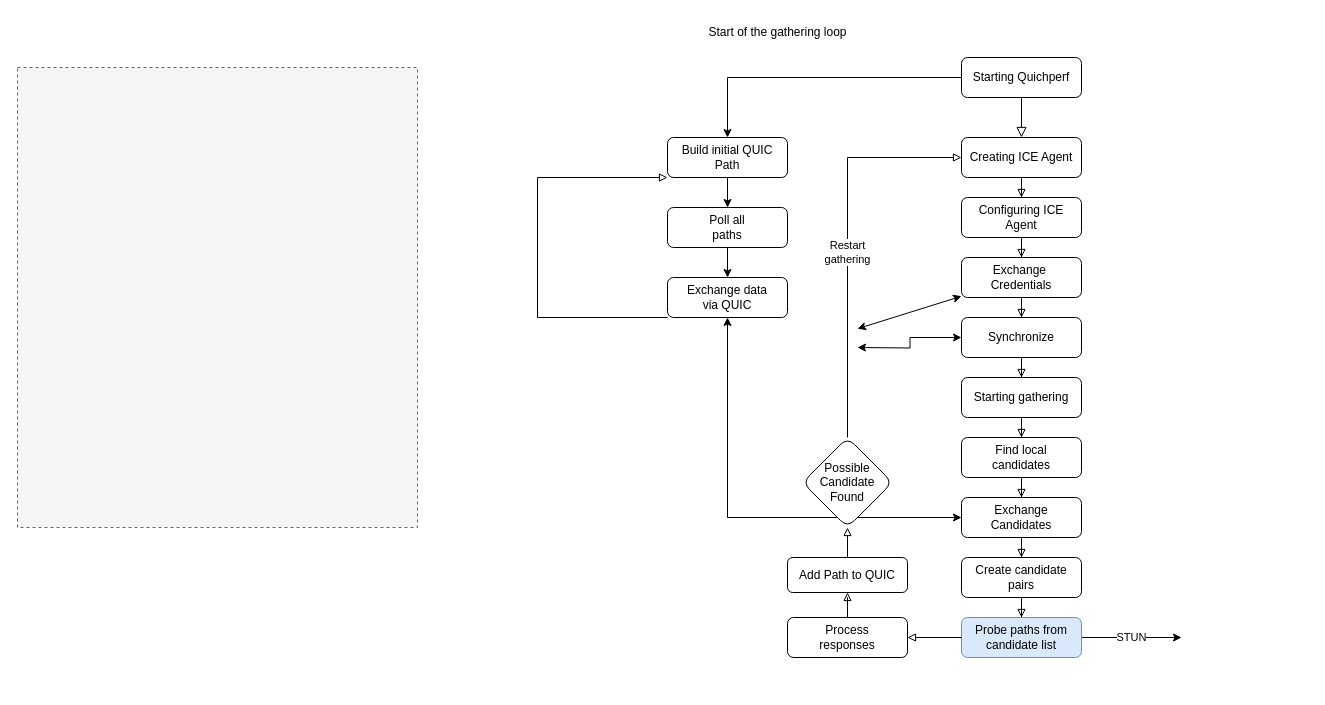
The draw.io diagram resources/ICEAgentFlow.drawio in JustusvonderBeek/master-thesis-scripts-and-measures, before the edit. Source tidied: cells renumbered, new cells numbered last; positions are measured from the earlier drawing's top-left corner, leaving out a move shared by most shapes. Both pictures are drawn from the tidied source at 100%, with x=0, y=0 at pixel (17, 17).
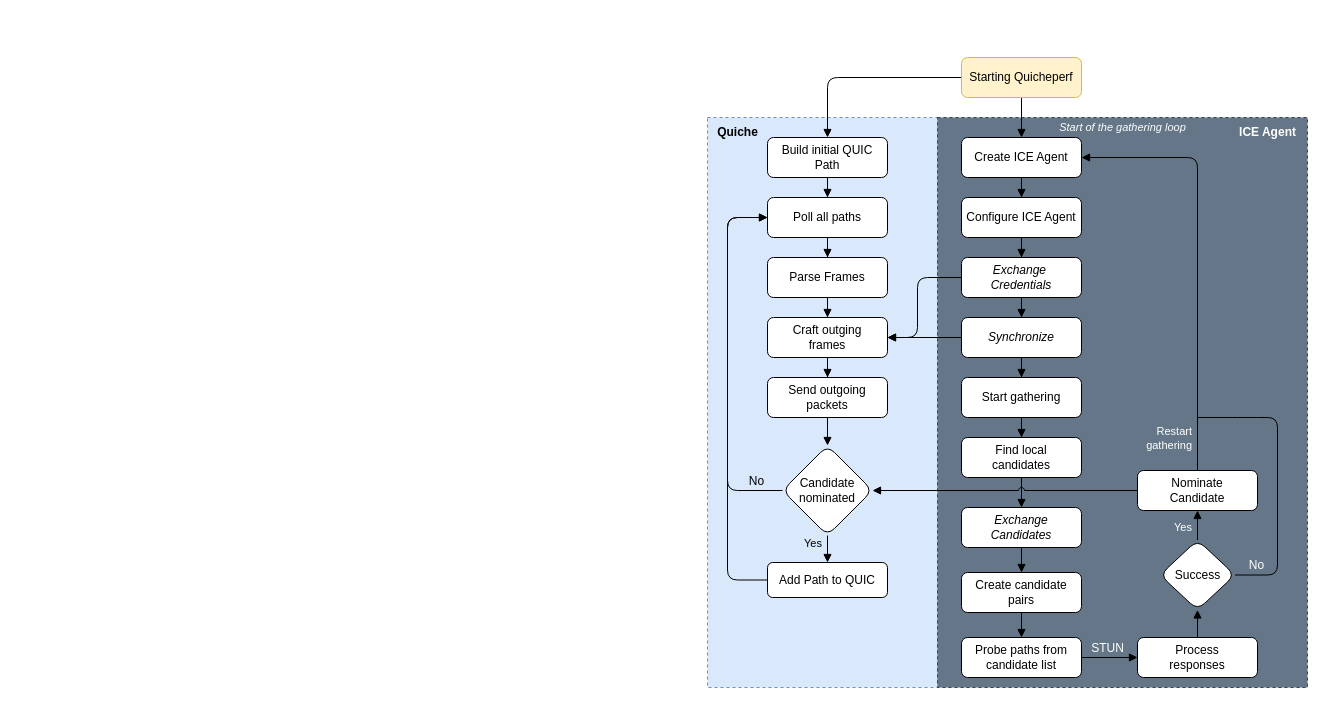
After the change.

Commit message:
updated agent flow

Unchanged cells that the change refers to:
```xml
<mxCell id="16" value="Find local&lt;div&gt;candidates&lt;/div&gt;" style="rounded=1;whiteSpace=wrap;html=1;fontSize=12;glass=0;strokeWidth=1;shadow=0;" parent="1" vertex="1">
  <mxGeometry x="944" y="420" width="120" height="40" as="geometry" />
</mxCell>
```

Diff of the diagram source:
```diff
@@
+    <mxCell id="41" style="rounded=0;whiteSpace=wrap;html=1;fillColor=#dae8fc;strokeColor=#6c8ebf;dashed=1;" parent="1" vertex="1">
+      <mxGeometry x="690" y="100" width="230" height="570" as="geometry" />
+    </mxCell>
-    <mxCell id="2" style="rounded=0;whiteSpace=wrap;html=1;fillColor=#f5f5f5;fontColor=#333333;strokeColor=#666666;dashed=1;" parent="1" vertex="1">
-      <mxGeometry y="50" width="400" height="460" as="geometry" />
+    <mxCell id="2" style="rounded=0;whiteSpace=wrap;html=1;fillColor=#647687;strokeColor=#314354;dashed=1;fontColor=#ffffff;" parent="1" vertex="1">
+      <mxGeometry x="920" y="100" width="370" height="570" as="geometry" />
     </mxCell>
+    <mxCell id="6" style="edgeStyle=orthogonalEdgeStyle;rounded=0;jettySize=auto;html=1;endArrow=block;endFill=1;entryX=0.5;entryY=0;entryDx=0;entryDy=0;targetPerimeterSpacing=0;shadow=0;curved=0;" parent="1" edge="1" source="7" target="11">
+      <mxGeometry relative="1" as="geometry" />
+    </mxCell>
-    <mxCell id="3" style="rounded=0;html=1;jettySize=auto;fontSize=11;endArrow=block;endFill=0;endSize=8;strokeWidth=1;shadow=0;labelBackgroundColor=none;edgeStyle=orthogonalEdgeStyle;entryX=0.5;entryY=0;entryDx=0;entryDy=0;" parent="1" edge="1" source="5" target="7">
+    <mxCell id="3" style="rounded=0;html=1;jettySize=auto;fontSize=11;endArrow=block;endFill=1;endSize=6;strokeWidth=1;shadow=0;labelBackgroundColor=none;edgeStyle=orthogonalEdgeStyle;entryX=0.5;entryY=0;entryDx=0;entryDy=0;" parent="1" edge="1" source="5" target="7">
       <mxGeometry relative="1" as="geometry" />
     </mxCell>
-    <mxCell id="4" style="edgeStyle=orthogonalEdgeStyle;rounded=0;jettySize=auto;html=1;" parent="1" edge="1" source="5" target="29">
+    <mxCell id="4" style="edgeStyle=orthogonalEdgeStyle;rounded=1;jettySize=auto;html=1;curved=0;strokeColor=default;align=center;verticalAlign=middle;fontFamily=Helvetica;fontSize=11;fontColor=default;labelBackgroundColor=default;endArrow=block;endFill=1;" parent="1" edge="1" source="5" target="29">
       <mxGeometry relative="1" as="geometry" />
     </mxCell>
-    <mxCell id="5" value="Starting Quichperf" style="rounded=1;whiteSpace=wrap;html=1;fontSize=12;glass=0;strokeWidth=1;shadow=0;" parent="1" vertex="1">
+    <mxCell id="5" value="Starting Quicheperf" style="rounded=1;whiteSpace=wrap;html=1;fontSize=12;glass=0;strokeWidth=1;shadow=0;fillColor=#fff2cc;strokeColor=#d6b656;" parent="1" vertex="1">
       <mxGeometry x="944" y="40" width="120" height="40" as="geometry" />
     </mxCell>
-    <mxCell id="6" style="edgeStyle=orthogonalEdgeStyle;rounded=0;jettySize=auto;html=1;endArrow=block;endFill=0;" parent="1" edge="1" source="7" target="11">
-      <mxGeometry relative="1" as="geometry" />
-    </mxCell>
-    <mxCell id="7" value="Creating ICE Agent" style="rounded=1;whiteSpace=wrap;html=1;fontSize=12;glass=0;strokeWidth=1;shadow=0;" parent="1" vertex="1">
+    <mxCell id="7" value="Create ICE Agent" style="rounded=1;whiteSpace=wrap;html=1;fontSize=12;glass=0;strokeWidth=1;shadow=0;" parent="1" vertex="1">
       <mxGeometry x="944" y="120" width="120" height="40" as="geometry" />
     </mxCell>
-    <mxCell id="8" style="edgeStyle=orthogonalEdgeStyle;rounded=0;jettySize=auto;html=1;endArrow=block;endFill=0;" parent="1" edge="1" source="9" target="16">
+    <mxCell id="8" style="edgeStyle=orthogonalEdgeStyle;rounded=0;jettySize=auto;html=1;endArrow=block;endFill=1;strokeColor=default;align=center;verticalAlign=middle;fontFamily=Helvetica;fontSize=11;fontColor=default;labelBackgroundColor=default;" parent="1" edge="1" source="9" target="16">
       <mxGeometry relative="1" as="geometry" />
     </mxCell>
-    <mxCell id="9" value="Starting gathering" style="rounded=1;whiteSpace=wrap;html=1;fontSize=12;glass=0;strokeWidth=1;shadow=0;" parent="1" vertex="1">
+    <mxCell id="9" value="Start gathering" style="rounded=1;whiteSpace=wrap;html=1;fontSize=12;glass=0;strokeWidth=1;shadow=0;" parent="1" vertex="1">
       <mxGeometry x="944" y="360" width="120" height="40" as="geometry" />
     </mxCell>
-    <mxCell id="10" style="edgeStyle=orthogonalEdgeStyle;rounded=0;jettySize=auto;html=1;endArrow=block;endFill=0;" parent="1" edge="1" source="36" target="9">
+    <mxCell id="10" style="edgeStyle=orthogonalEdgeStyle;rounded=0;jettySize=auto;html=1;endArrow=block;endFill=1;" parent="1" edge="1" source="36" target="9">
       <mxGeometry relative="1" as="geometry" />
     </mxCell>
-    <mxCell id="11" value="Configuring ICE Agent" style="whiteSpace=wrap;html=1;rounded=1;glass=0;strokeWidth=1;shadow=0;" parent="1" vertex="1">
+    <mxCell id="11" value="Configure ICE Agent" style="whiteSpace=wrap;html=1;rounded=1;glass=0;strokeWidth=1;shadow=0;" parent="1" vertex="1">
       <mxGeometry x="944" y="180" width="120" height="40" as="geometry" />
     </mxCell>
-    <mxCell id="12" style="edgeStyle=orthogonalEdgeStyle;rounded=0;jettySize=auto;html=1;endArrow=block;endFill=0;" parent="1" edge="1" source="31" target="29">
-      <mxGeometry relative="1" as="geometry">
-        <Array as="points">
-          <mxPoint x="520" y="300" />
-          <mxPoint x="520" y="160" />
-        </Array>
-      </mxGeometry>
-    </mxCell>
-    <mxCell id="13" style="edgeStyle=orthogonalEdgeStyle;rounded=0;jettySize=auto;html=1;endArrow=block;endFill=0;" parent="1" edge="1" source="14" target="27">
-      <mxGeometry relative="1" as="geometry" />
-    </mxCell>
+    <mxCell id="42" style="edgeStyle=orthogonalEdgeStyle;rounded=1;jettySize=auto;html=1;curved=0;endArrow=block;endFill=1;" parent="1" edge="1" source="14" target="40">
+      <mxGeometry relative="1" as="geometry">
+        <Array as="points">
+          <mxPoint x="710" y="562" />
+          <mxPoint x="710" y="200" />
+        </Array>
+      </mxGeometry>
+    </mxCell>
     <mxCell id="14" value="Add Path to QUIC" style="whiteSpace=wrap;html=1;rounded=1;glass=0;strokeWidth=1;shadow=0;" parent="1" vertex="1">
-      <mxGeometry x="770" y="540" width="120" height="35" as="geometry" />
+      <mxGeometry x="750" y="545" width="120" height="35" as="geometry" />
     </mxCell>
-    <mxCell id="15" style="edgeStyle=orthogonalEdgeStyle;rounded=0;jettySize=auto;html=1;endArrow=block;endFill=0;" parent="1" edge="1" source="16" target="18">
+    <mxCell id="15" style="edgeStyle=orthogonalEdgeStyle;rounded=0;jettySize=auto;html=1;endArrow=block;endFill=1;strokeColor=default;align=center;verticalAlign=middle;fontFamily=Helvetica;fontSize=11;fontColor=default;labelBackgroundColor=default;" parent="1" edge="1" source="16" target="18">
       <mxGeometry relative="1" as="geometry" />
     </mxCell>
@@
-    <mxCell id="17" style="edgeStyle=orthogonalEdgeStyle;rounded=0;jettySize=auto;html=1;endArrow=block;endFill=0;" parent="1" edge="1" source="18" target="20">
-      <mxGeometry relative="1" as="geometry" />
+    <mxCell id="17" style="edgeStyle=orthogonalEdgeStyle;rounded=0;jettySize=auto;html=1;endArrow=block;endFill=1;labelBackgroundColor=default;strokeColor=default;align=center;verticalAlign=middle;fontFamily=Helvetica;fontSize=11;fontColor=default;" parent="1" edge="1" source="18" target="20">
+      <mxGeometry relative="1" as="geometry">
+        <Array as="points">
+          <mxPoint x="1004" y="550" />
+          <mxPoint x="1004" y="550" />
+        </Array>
+      </mxGeometry>
     </mxCell>
-    <mxCell id="18" value="Exchange&lt;div&gt;Candidates&lt;/div&gt;" style="rounded=1;whiteSpace=wrap;html=1;fontSize=12;glass=0;strokeWidth=1;shadow=0;" parent="1" vertex="1">
-      <mxGeometry x="944" y="480" width="120" height="40" as="geometry" />
+    <mxCell id="18" value="Exchange&lt;div&gt;Candidates&lt;/div&gt;" style="rounded=1;whiteSpace=wrap;html=1;fontSize=12;glass=0;strokeWidth=1;shadow=0;fontStyle=2;" parent="1" vertex="1">
+      <mxGeometry x="944" y="490" width="120" height="40" as="geometry" />
     </mxCell>
-    <mxCell id="19" style="edgeStyle=orthogonalEdgeStyle;rounded=0;jettySize=auto;html=1;endArrow=block;endFill=0;" parent="1" edge="1" source="20" target="23">
+    <mxCell id="19" style="edgeStyle=orthogonalEdgeStyle;rounded=0;jettySize=auto;html=1;endArrow=block;endFill=1;strokeColor=default;align=center;verticalAlign=middle;fontFamily=Helvetica;fontSize=11;fontColor=default;labelBackgroundColor=default;" parent="1" edge="1" source="20" target="23">
       <mxGeometry relative="1" as="geometry" />
     </mxCell>
     <mxCell id="20" value="Create candidate pairs" style="rounded=1;whiteSpace=wrap;html=1;fontSize=12;glass=0;strokeWidth=1;shadow=0;" parent="1" vertex="1">
-      <mxGeometry x="944" y="540" width="120" height="40" as="geometry" />
+      <mxGeometry x="944" y="555" width="120" height="40" as="geometry" />
     </mxCell>
-    <mxCell id="21" style="edgeStyle=orthogonalEdgeStyle;rounded=0;jettySize=auto;html=1;endArrow=block;endFill=0;" parent="1" edge="1" source="38" target="14">
+    <mxCell id="21" style="edgeStyle=orthogonalEdgeStyle;rounded=0;jettySize=auto;html=1;endArrow=block;endFill=1;" parent="1" edge="1" source="38" target="56">
       <mxGeometry relative="1" as="geometry" />
     </mxCell>
-    <mxCell id="22" value="STUN" style="edgeStyle=orthogonalEdgeStyle;rounded=0;jettySize=auto;html=1;" parent="1" edge="1" source="23">
-      <mxGeometry relative="1" as="geometry">
-        <mxPoint x="1164" y="620" as="targetPoint" />
-      </mxGeometry>
-    </mxCell>
-    <mxCell id="23" value="Probe paths from candidate list" style="rounded=1;whiteSpace=wrap;html=1;fontSize=12;glass=0;strokeWidth=1;shadow=0;fillColor=#dae8fc;strokeColor=#6c8ebf;" parent="1" vertex="1">
-      <mxGeometry x="944" y="600" width="120" height="40" as="geometry" />
+    <mxCell id="23" value="Probe paths from candidate list" style="rounded=1;whiteSpace=wrap;html=1;fontSize=12;glass=0;strokeWidth=1;shadow=0;" parent="1" vertex="1">
+      <mxGeometry x="944" y="620" width="120" height="40" as="geometry" />
     </mxCell>
-    <mxCell id="24" style="rounded=0;jettySize=auto;html=1;startArrow=classic;startFill=1;edgeStyle=orthogonalEdgeStyle;" parent="1" edge="1" source="31" target="18">
-      <mxGeometry relative="1" as="geometry">
-        <Array as="points">
-          <mxPoint x="710" y="500" />
-        </Array>
-      </mxGeometry>
-    </mxCell>
-    <mxCell id="25" value="Start of the gathering loop" style="text;html=1;align=center;verticalAlign=middle;strokeColor=none;fillColor=none;" parent="1" vertex="1">
-      <mxGeometry x="680" width="160" height="30" as="geometry" />
+    <mxCell id="25" value="Start of the gathering loop" style="text;html=1;align=center;verticalAlign=middle;strokeColor=none;fillColor=none;fontSize=11;fontStyle=2;fontColor=#FFFFFF;spacing=0;" parent="1" vertex="1">
+      <mxGeometry x="1030" y="100" width="150" height="20" as="geometry" />
     </mxCell>
-    <mxCell id="26" value="&lt;div&gt;Restart&lt;/div&gt;&lt;div&gt;gathering&lt;br&gt;&lt;/div&gt;" style="edgeStyle=orthogonalEdgeStyle;rounded=0;jettySize=auto;html=1;endArrow=block;endFill=0;" parent="1" edge="1" source="27" target="7">
-      <mxGeometry x="-0.06" relative="1" as="geometry">
+    <mxCell id="26" value="&lt;div&gt;Restart&lt;/div&gt;&lt;div&gt;gathering&lt;br&gt;&lt;/div&gt;" style="edgeStyle=orthogonalEdgeStyle;rounded=1;jettySize=auto;html=1;endArrow=block;endFill=1;jumpStyle=arc;labelPosition=left;verticalLabelPosition=middle;align=right;verticalAlign=middle;spacingRight=4;labelBackgroundColor=none;fontColor=#FFFFFF;curved=0;" parent="1" edge="1" source="57" target="7">
+      <mxGeometry x="-0.85" relative="1" as="geometry">
         <Array as="points">
-          <mxPoint x="830" y="140" />
+          <mxPoint x="1180" y="140" />
         </Array>
       </mxGeometry>
     </mxCell>
+    <mxCell id="43" value="Yes" style="edgeStyle=orthogonalEdgeStyle;rounded=0;jettySize=auto;html=1;labelPosition=left;verticalLabelPosition=middle;align=right;verticalAlign=middle;spacingRight=4;labelBackgroundColor=none;endArrow=block;endFill=1;" parent="1" edge="1" source="27" target="14">
+      <mxGeometry x="0.2" relative="1" as="geometry" />
+    </mxCell>
+    <mxCell id="44" value="No" style="edgeStyle=orthogonalEdgeStyle;rounded=1;jettySize=auto;html=1;verticalAlign=bottom;fontSize=12;labelBackgroundColor=none;curved=0;endArrow=block;endFill=1;" parent="1" edge="1" source="27" target="40">
+      <mxGeometry x="-0.86" relative="1" as="geometry">
+        <Array as="points">
+          <mxPoint x="710" y="473" />
+          <mxPoint x="710" y="200" />
+        </Array>
+      </mxGeometry>
+    </mxCell>
-    <mxCell id="27" value="&lt;div&gt;Possible&lt;/div&gt;&lt;div&gt;Candidate&lt;/div&gt;&lt;div&gt;Found&lt;br&gt;&lt;/div&gt;" style="rhombus;whiteSpace=wrap;html=1;rounded=1;glass=0;strokeWidth=1;shadow=0;" parent="1" vertex="1">
-      <mxGeometry x="785" y="420" width="90" height="90" as="geometry" />
+    <mxCell id="27" value="&lt;div&gt;&lt;span style=&quot;background-color: initial;&quot;&gt;Candidate&lt;/span&gt;&lt;br&gt;&lt;/div&gt;&lt;div&gt;nominated&lt;br&gt;&lt;/div&gt;" style="rhombus;whiteSpace=wrap;html=1;rounded=1;glass=0;strokeWidth=1;shadow=0;" parent="1" vertex="1">
+      <mxGeometry x="765" y="428" width="90" height="90" as="geometry" />
     </mxCell>
-    <mxCell id="28" style="edgeStyle=orthogonalEdgeStyle;rounded=0;jettySize=auto;html=1;" parent="1" edge="1" source="40" target="31">
-      <mxGeometry relative="1" as="geometry" />
-    </mxCell>
+    <mxCell id="39" style="edgeStyle=orthogonalEdgeStyle;rounded=0;jettySize=auto;html=1;strokeColor=default;align=center;verticalAlign=middle;fontFamily=Helvetica;fontSize=11;fontColor=default;labelBackgroundColor=default;endArrow=block;endFill=1;" parent="1" edge="1" source="29" target="40">
+      <mxGeometry relative="1" as="geometry" />
+    </mxCell>
     <mxCell id="29" value="Build initial QUIC Path" style="rounded=1;whiteSpace=wrap;html=1;fontSize=12;glass=0;strokeWidth=1;shadow=0;" parent="1" vertex="1">
-      <mxGeometry x="650" y="120" width="120" height="40" as="geometry" />
+      <mxGeometry x="750" y="120" width="120" height="40" as="geometry" />
     </mxCell>
-    <mxCell id="30" style="edgeStyle=orthogonalEdgeStyle;rounded=0;jettySize=auto;html=1;startArrow=classic;startFill=1;" parent="1" edge="1" target="36">
-      <mxGeometry relative="1" as="geometry">
-        <mxPoint x="840" y="330" as="sourcePoint" />
-      </mxGeometry>
-    </mxCell>
-    <mxCell id="31" value="Exchange data&lt;div&gt;&lt;span style=&quot;background-color: initial;&quot;&gt;via QUIC&lt;/span&gt;&lt;/div&gt;" style="rounded=1;whiteSpace=wrap;html=1;fontSize=12;glass=0;strokeWidth=1;shadow=0;" parent="1" vertex="1">
-      <mxGeometry x="650" y="260" width="120" height="40" as="geometry" />
-    </mxCell>
-    <mxCell id="32" style="edgeStyle=orthogonalEdgeStyle;rounded=0;jettySize=auto;html=1;endArrow=block;endFill=0;" parent="1" edge="1" source="11" target="34">
+    <mxCell id="32" style="edgeStyle=orthogonalEdgeStyle;rounded=0;jettySize=auto;html=1;endArrow=block;endFill=1;" parent="1" edge="1" source="11" target="34">
       <mxGeometry relative="1" as="geometry" />
     </mxCell>
-    <mxCell id="33" style="rounded=0;jettySize=auto;html=1;startArrow=classic;startFill=1;" parent="1" edge="1" source="34">
+    <mxCell id="33" style="rounded=1;jettySize=auto;html=1;startArrow=none;startFill=0;edgeStyle=orthogonalEdgeStyle;curved=0;strokeColor=default;align=center;verticalAlign=middle;fontFamily=Helvetica;fontSize=11;fontColor=default;labelBackgroundColor=default;endArrow=block;endFill=1;" parent="1" edge="1" source="34" target="47">
       <mxGeometry relative="1" as="geometry">
-        <mxPoint x="840" y="311.2" as="targetPoint" />
+        <Array as="points">
+          <mxPoint x="900" y="260" />
+          <mxPoint x="900" y="320" />
+        </Array>
       </mxGeometry>
     </mxCell>
-    <mxCell id="34" value="Exchange&amp;nbsp;&lt;div&gt;Credentials&lt;/div&gt;" style="whiteSpace=wrap;html=1;rounded=1;glass=0;strokeWidth=1;shadow=0;" parent="1" vertex="1">
+    <mxCell id="34" value="Exchange&amp;nbsp;&lt;div&gt;Credentials&lt;/div&gt;" style="whiteSpace=wrap;html=1;rounded=1;glass=0;strokeWidth=1;shadow=0;fontStyle=2;" parent="1" vertex="1">
       <mxGeometry x="944" y="240" width="120" height="40" as="geometry" />
     </mxCell>
-    <mxCell id="35" style="edgeStyle=orthogonalEdgeStyle;rounded=0;jettySize=auto;html=1;endArrow=block;endFill=0;" parent="1" edge="1" source="34" target="36">
+    <mxCell id="35" style="edgeStyle=orthogonalEdgeStyle;rounded=0;jettySize=auto;html=1;endArrow=block;endFill=1;" parent="1" edge="1" source="34" target="36">
       <mxGeometry relative="1" as="geometry" />
     </mxCell>
+    <mxCell id="45" style="edgeStyle=orthogonalEdgeStyle;rounded=0;jettySize=auto;html=1;strokeColor=default;align=center;verticalAlign=middle;fontFamily=Helvetica;fontSize=11;fontColor=default;labelBackgroundColor=default;endArrow=block;endFill=1;" parent="1" edge="1" source="36" target="47">
+      <mxGeometry relative="1" as="geometry" />
+    </mxCell>
-    <mxCell id="36" value="Synchronize" style="whiteSpace=wrap;html=1;rounded=1;glass=0;strokeWidth=1;shadow=0;" parent="1" vertex="1">
+    <mxCell id="36" value="Synchronize" style="whiteSpace=wrap;html=1;rounded=1;glass=0;strokeWidth=1;shadow=0;fontStyle=2;" parent="1" vertex="1">
       <mxGeometry x="944" y="300" width="120" height="40" as="geometry" />
     </mxCell>
-    <mxCell id="37" style="edgeStyle=orthogonalEdgeStyle;rounded=0;jettySize=auto;html=1;endArrow=block;endFill=0;" parent="1" edge="1" source="23" target="38">
-      <mxGeometry relative="1" as="geometry" />
+    <mxCell id="37" value="STUN" style="edgeStyle=orthogonalEdgeStyle;rounded=0;jettySize=auto;html=1;endArrow=block;endFill=1;verticalAlign=bottom;labelBackgroundColor=none;fontColor=#FFFFFF;fontSize=12;" parent="1" edge="1" source="23" target="38">
+      <mxGeometry x="-0.07" relative="1" as="geometry" />
     </mxCell>
     <mxCell id="38" value="Process&lt;div&gt;responses&lt;/div&gt;" style="rounded=1;whiteSpace=wrap;html=1;fontSize=12;glass=0;strokeWidth=1;shadow=0;" parent="1" vertex="1">
-      <mxGeometry x="770" y="600" width="120" height="40" as="geometry" />
+      <mxGeometry x="1120" y="620" width="120" height="40" as="geometry" />
     </mxCell>
-    <mxCell id="39" style="edgeStyle=orthogonalEdgeStyle;rounded=0;jettySize=auto;html=1;" parent="1" edge="1" source="29" target="40">
-      <mxGeometry relative="1" as="geometry" />
-    </mxCell>
+    <mxCell id="46" style="edgeStyle=orthogonalEdgeStyle;rounded=0;jettySize=auto;html=1;strokeColor=default;align=center;verticalAlign=middle;fontFamily=Helvetica;fontSize=11;fontColor=default;labelBackgroundColor=default;endArrow=block;endFill=1;" parent="1" edge="1" source="40" target="52">
+      <mxGeometry relative="1" as="geometry" />
+    </mxCell>
-    <mxCell id="40" value="Poll all&lt;div&gt;paths&lt;/div&gt;" style="rounded=1;whiteSpace=wrap;html=1;fontSize=12;glass=0;strokeWidth=1;shadow=0;" parent="1" vertex="1">
-      <mxGeometry x="650" y="190" width="120" height="40" as="geometry" />
+    <mxCell id="40" value="Poll all&amp;nbsp;&lt;span style=&quot;background-color: initial;&quot;&gt;paths&lt;/span&gt;" style="rounded=1;whiteSpace=wrap;html=1;fontSize=12;glass=0;strokeWidth=1;shadow=0;" parent="1" vertex="1">
+      <mxGeometry x="750" y="180" width="120" height="40" as="geometry" />
     </mxCell>
+    <mxCell id="47" value="Craft outging&lt;div&gt;frames&lt;/div&gt;" style="rounded=1;whiteSpace=wrap;html=1;fontSize=12;glass=0;strokeWidth=1;shadow=0;" parent="1" vertex="1">
+      <mxGeometry x="750" y="300" width="120" height="40" as="geometry" />
+    </mxCell>
+    <mxCell id="48" style="edgeStyle=orthogonalEdgeStyle;rounded=0;jettySize=auto;html=1;strokeColor=default;align=center;verticalAlign=middle;fontFamily=Helvetica;fontSize=11;fontColor=default;labelBackgroundColor=default;endArrow=block;endFill=1;" parent="1" edge="1" source="47" target="50">
+      <mxGeometry relative="1" as="geometry" />
+    </mxCell>
+    <mxCell id="49" style="edgeStyle=orthogonalEdgeStyle;rounded=0;jettySize=auto;html=1;strokeColor=default;align=center;verticalAlign=middle;fontFamily=Helvetica;fontSize=11;fontColor=default;labelBackgroundColor=default;endArrow=block;endFill=1;" parent="1" edge="1" source="50" target="27">
+      <mxGeometry relative="1" as="geometry" />
+    </mxCell>
+    <mxCell id="50" value="Send outgoing&lt;div&gt;packets&lt;/div&gt;" style="rounded=1;whiteSpace=wrap;html=1;fontSize=12;glass=0;strokeWidth=1;shadow=0;" parent="1" vertex="1">
+      <mxGeometry x="750" y="360" width="120" height="40" as="geometry" />
+    </mxCell>
+    <mxCell id="51" style="edgeStyle=orthogonalEdgeStyle;rounded=0;jettySize=auto;html=1;strokeColor=default;align=center;verticalAlign=middle;fontFamily=Helvetica;fontSize=11;fontColor=default;labelBackgroundColor=default;endArrow=block;endFill=1;" parent="1" edge="1" source="52" target="47">
+      <mxGeometry relative="1" as="geometry" />
+    </mxCell>
+    <mxCell id="52" value="Parse Frames" style="rounded=1;whiteSpace=wrap;html=1;fontSize=12;glass=0;strokeWidth=1;shadow=0;" parent="1" vertex="1">
+      <mxGeometry x="750" y="240" width="120" height="40" as="geometry" />
+    </mxCell>
+    <mxCell id="53" style="edgeStyle=orthogonalEdgeStyle;rounded=0;jettySize=auto;html=1;jumpStyle=arc;curved=0;strokeColor=default;align=center;verticalAlign=middle;fontFamily=Helvetica;fontSize=11;fontColor=default;labelBackgroundColor=default;endArrow=block;endFill=1;" parent="1" edge="1" source="57" target="27">
+      <mxGeometry relative="1" as="geometry" />
+    </mxCell>
+    <mxCell id="54" value="Yes" style="edgeStyle=orthogonalEdgeStyle;rounded=0;jettySize=auto;html=1;labelPosition=left;verticalLabelPosition=middle;align=right;verticalAlign=middle;spacingRight=4;labelBackgroundColor=none;fontColor=#FFFFFF;endArrow=block;endFill=1;" parent="1" edge="1" source="56" target="57">
+      <mxGeometry x="0.33" relative="1" as="geometry" />
+    </mxCell>
+    <mxCell id="55" value="No" style="edgeStyle=orthogonalEdgeStyle;rounded=1;jettySize=auto;html=1;endArrow=none;endFill=0;verticalAlign=bottom;fontSize=12;labelBackgroundColor=none;fontColor=#FFFFFF;curved=0;" parent="1" edge="1" source="56">
+      <mxGeometry x="-0.85" y="1" relative="1" as="geometry">
+        <mxPoint x="1180" y="400" as="targetPoint" />
+        <Array as="points">
+          <mxPoint x="1260" y="557" />
+          <mxPoint x="1260" y="400" />
+          <mxPoint x="1230" y="400" />
+        </Array>
+      </mxGeometry>
+    </mxCell>
+    <mxCell id="56" value="Success" style="rhombus;whiteSpace=wrap;html=1;rounded=1;glass=0;strokeWidth=1;shadow=0;" parent="1" vertex="1">
+      <mxGeometry x="1142.5" y="522.5" width="75" height="70" as="geometry" />
+    </mxCell>
+    <mxCell id="57" value="Nominate&lt;div&gt;Candidate&lt;/div&gt;" style="rounded=1;whiteSpace=wrap;html=1;fontSize=12;glass=0;strokeWidth=1;shadow=0;fontStyle=0;" parent="1" vertex="1">
+      <mxGeometry x="1120" y="453" width="120" height="40" as="geometry" />
+    </mxCell>
+    <mxCell id="58" value="ICE Agent" style="text;html=1;align=center;verticalAlign=middle;strokeColor=none;fillColor=none;fontColor=#FFFFFF;fontStyle=1;" parent="1" vertex="1">
+      <mxGeometry x="1210" y="100" width="80" height="30" as="geometry" />
+    </mxCell>
+    <mxCell id="59" value="Quiche" style="text;html=1;align=center;verticalAlign=middle;strokeColor=none;fillColor=none;fontStyle=1;" parent="1" vertex="1">
+      <mxGeometry x="690" y="100" width="60" height="30" as="geometry" />
+    </mxCell>
```
